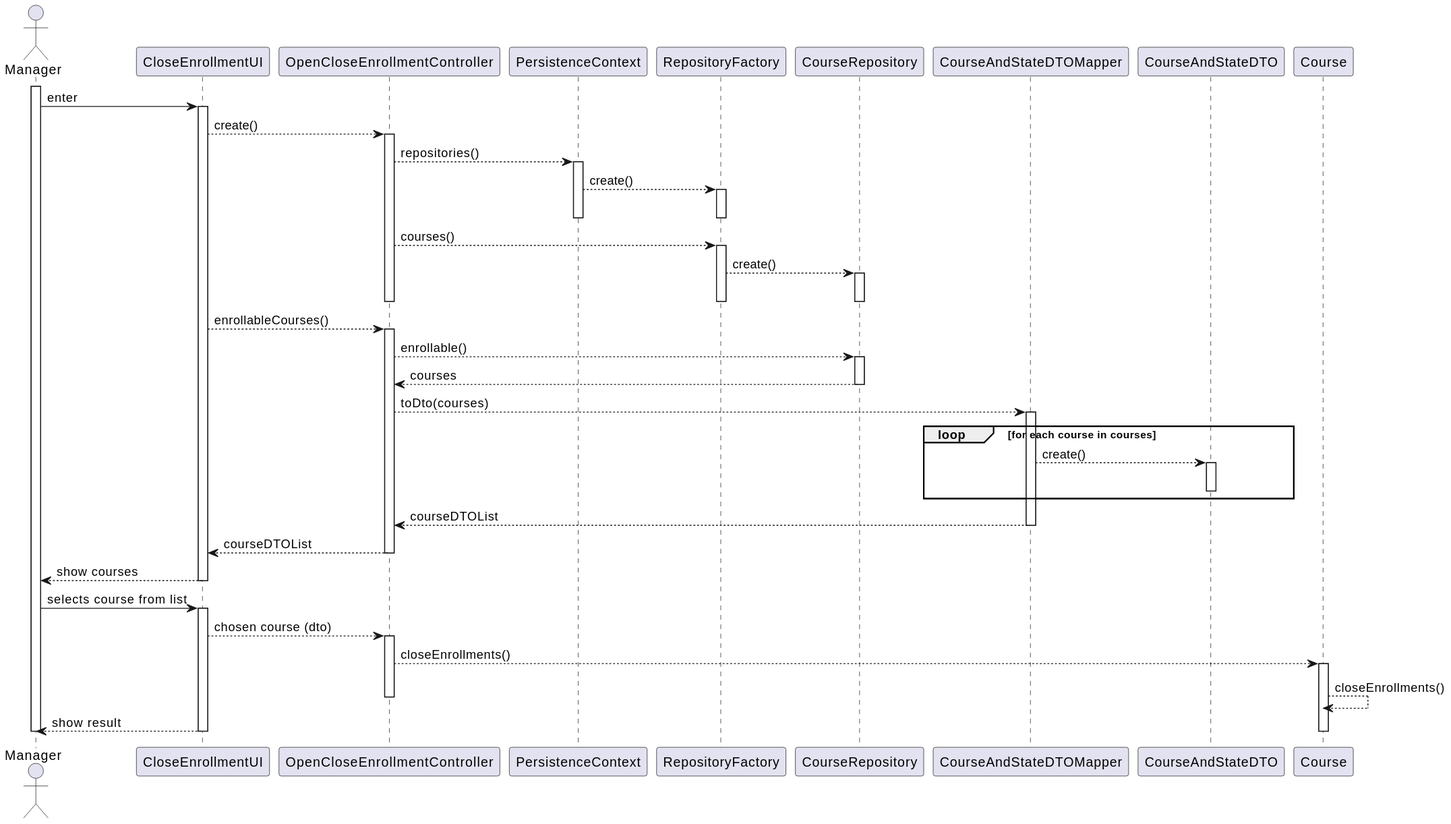
The PlantUML diagram docs/us_1003/closeEnrollmentSD.svg in jovami/isep-lapr4, before a commit.
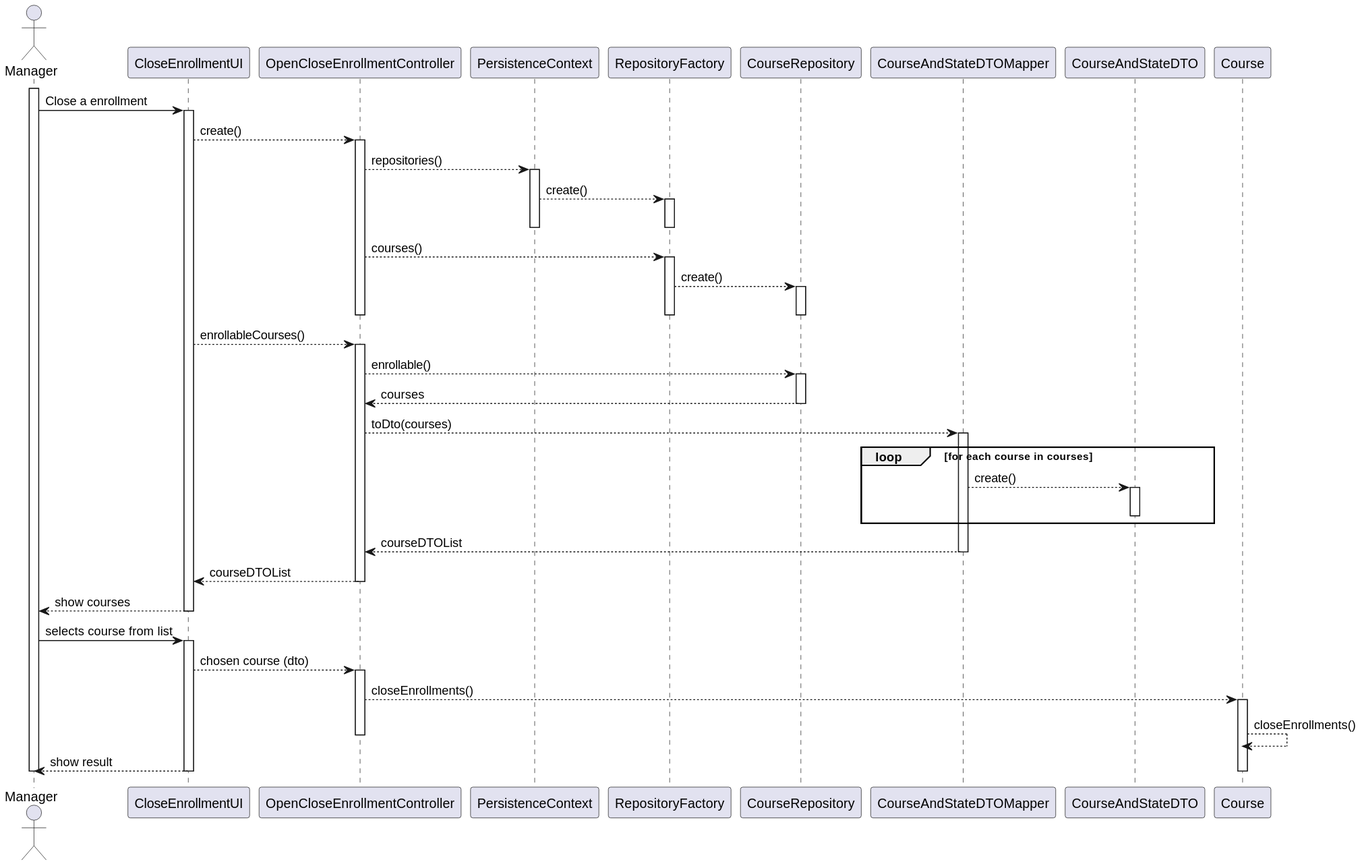
The same file after the commit.

The edit, as a diff of the source:
```diff
@@ -14,7 +14,7 @@
 
 
 activate user
-user -> ui: enter
+user -> ui: Close a enrollment
 
 activate ui
     ui --> ctrl: create()
```
